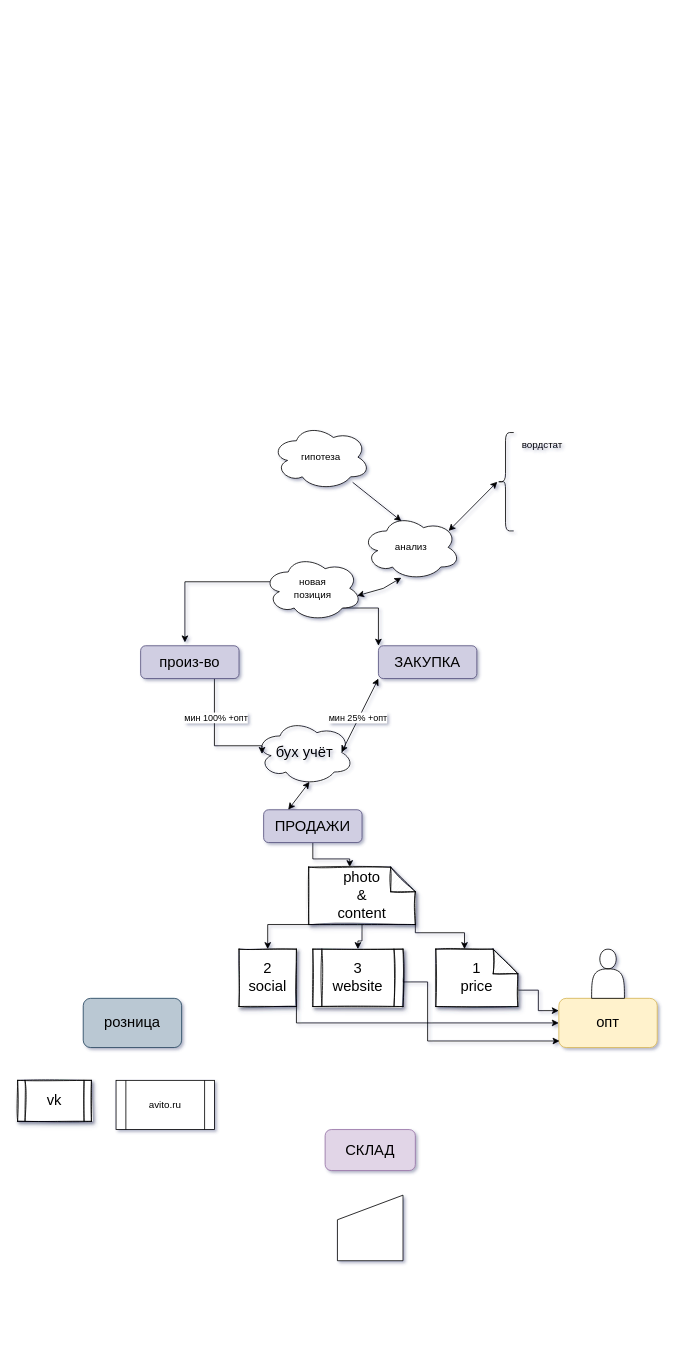
This is Untitled Diagram.drawio from m11nic89co/ecom.net.ru, a draw.io file, before an edit. Source tidied: cells renumbered, new cells numbered last; positions are measured from the earlier drawing's top-left corner, leaving out a move shared by most shapes. Both pictures are drawn from the tidied source at 82%, with x=0, y=0 at pixel (17, 424).
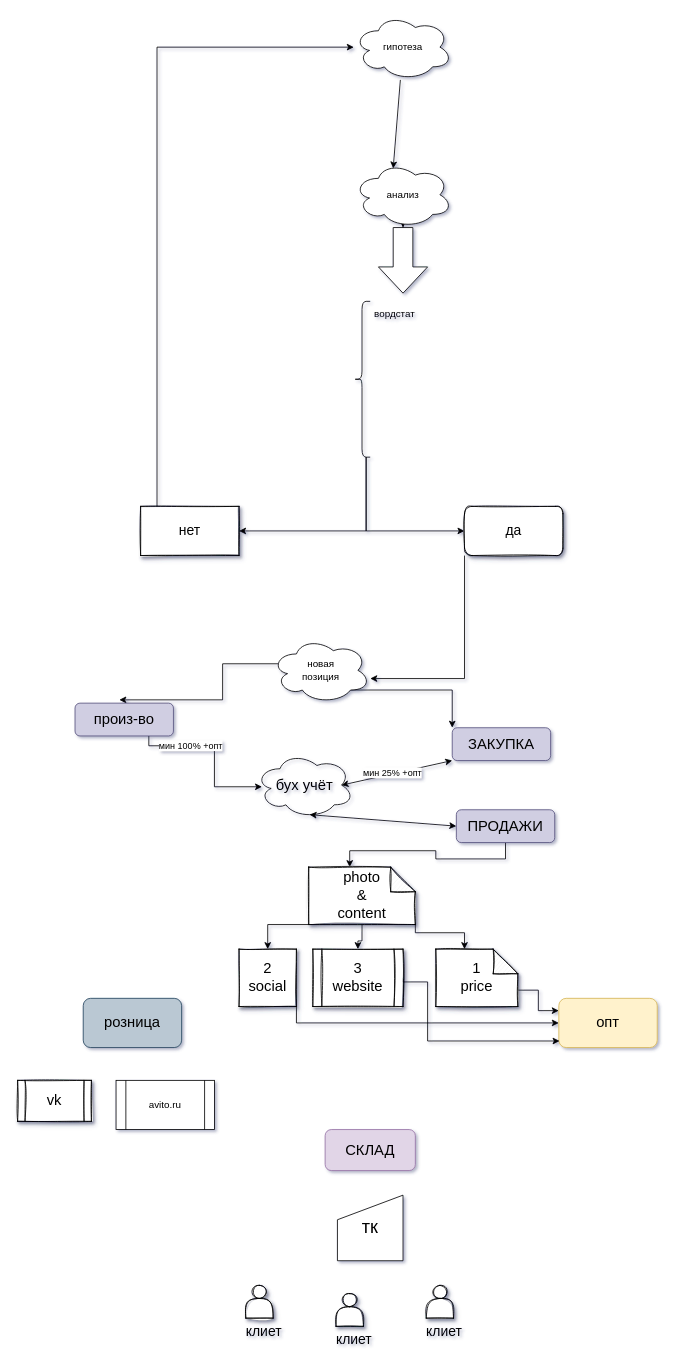
The same diagram, later.

Change to the diagram source:
```diff
@@
     <mxCell id="4" value="бух учёт" style="ellipse;shape=cloud;whiteSpace=wrap;html=1;shadow=0;fontSize=18;fillColor=none;" parent="1" vertex="1">
-      <mxGeometry x="290" y="360" width="120" height="80" as="geometry" />
+      <mxGeometry x="290" y="400" width="120" height="80" as="geometry" />
     </mxCell>
@@
     <mxCell id="7" value="ПРОДАЖИ" style="rounded=1;whiteSpace=wrap;html=1;shadow=0;fontSize=18;fillColor=#d0cee2;strokeColor=#56517e;" parent="1" vertex="1">
-      <mxGeometry x="300" y="470" width="120" height="40" as="geometry" />
+      <mxGeometry x="535" y="470" width="120" height="40" as="geometry" />
     </mxCell>
@@
     <mxCell id="11" value="ЗАКУПКА" style="rounded=1;whiteSpace=wrap;html=1;shadow=0;fontSize=18;fillColor=#d0cee2;strokeColor=#56517e;" parent="1" vertex="1">
-      <mxGeometry x="440" y="270" width="120" height="40" as="geometry" />
+      <mxGeometry x="530" y="370" width="120" height="40" as="geometry" />
     </mxCell>
@@
-    <mxCell id="21" style="endArrow=classic;startArrow=classic;html=1;rounded=0;entryX=0.55;entryY=0.95;entryDx=0;entryDy=0;entryPerimeter=0;exitX=0.25;exitY=0;exitDx=0;exitDy=0;" parent="1" edge="1" source="7" target="4">
+    <mxCell id="21" style="endArrow=classic;startArrow=classic;html=1;rounded=0;entryX=0.55;entryY=0.95;entryDx=0;entryDy=0;entryPerimeter=0;exitX=0;exitY=0.5;exitDx=0;exitDy=0;" parent="1" edge="1" source="7" target="4">
       <mxGeometry relative="1" as="geometry" />
     </mxCell>
@@
     <mxCell id="26" value="новая&lt;br&gt;позиция" style="ellipse;shape=cloud;whiteSpace=wrap;html=1;" parent="1" vertex="1">
-      <mxGeometry x="300" y="160" width="120" height="80" as="geometry" />
+      <mxGeometry x="310" y="260" width="120" height="80" as="geometry" />
     </mxCell>
+    <mxCell id="39" style="edgeStyle=orthogonalEdgeStyle;rounded=0;jettySize=auto;html=1;fontSize=17;" parent="1" edge="1" source="27" target="55">
+      <mxGeometry relative="1" as="geometry" />
+    </mxCell>
     <mxCell id="27" value="анализ" style="ellipse;shape=cloud;whiteSpace=wrap;html=1;" parent="1" vertex="1">
-      <mxGeometry x="420" y="110" width="120" height="80" as="geometry" />
+      <mxGeometry x="410" y="-320" width="120" height="80" as="geometry" />
     </mxCell>
-    <mxCell id="28" style="endArrow=classic;startArrow=classic;html=1;rounded=0;entryX=0.4;entryY=0.963;entryDx=0;entryDy=0;entryPerimeter=0;exitX=0.95;exitY=0.613;exitDx=0;exitDy=0;exitPerimeter=0;" parent="1" edge="1" source="26" target="27">
-      <mxGeometry relative="1" as="geometry">
-        <Array as="points">
-          <mxPoint x="446" y="200" />
-        </Array>
-      </mxGeometry>
-    </mxCell>
@@
     <mxCell id="31" value="произ-во" style="rounded=1;whiteSpace=wrap;html=1;shadow=0;fontSize=18;fillColor=#d0cee2;strokeColor=#56517e;" parent="1" vertex="1">
-      <mxGeometry x="150" y="270" width="120" height="40" as="geometry" />
+      <mxGeometry x="70" y="340" width="120" height="40" as="geometry" />
     </mxCell>
-    <mxCell id="32" style="endArrow=classic;startArrow=classic;html=1;rounded=0;exitX=0.88;exitY=0.25;exitDx=0;exitDy=0;exitPerimeter=0;" parent="1" edge="1" source="27">
-      <mxGeometry relative="1" as="geometry">
-        <mxPoint x="585" y="70" as="targetPoint" />
-      </mxGeometry>
-    </mxCell>
+    <mxCell id="40" style="edgeStyle=orthogonalEdgeStyle;rounded=0;jettySize=auto;html=1;exitX=0.75;exitY=1;exitDx=0;exitDy=0;entryX=1;entryY=0.5;entryDx=0;entryDy=0;fontSize=17;" parent="1" edge="1" source="33" target="52">
+      <mxGeometry relative="1" as="geometry" />
+    </mxCell>
+    <mxCell id="41" style="edgeStyle=orthogonalEdgeStyle;rounded=0;jettySize=auto;html=1;entryX=0;entryY=0.5;entryDx=0;entryDy=0;fontSize=17;exitX=0.75;exitY=1;exitDx=0;exitDy=0;" parent="1" edge="1" source="33" target="54">
+      <mxGeometry relative="1" as="geometry" />
+    </mxCell>
     <mxCell id="33" style="shape=curlyBracket;whiteSpace=wrap;html=1;rounded=1;" parent="1" vertex="1">
-      <mxGeometry x="585" y="10" width="20" height="120" as="geometry" />
+      <mxGeometry x="410" y="-150" width="20" height="190" as="geometry" />
     </mxCell>
     <mxCell id="34" value="вордстат" style="text;html=1;strokeColor=none;fillColor=none;align=center;verticalAlign=middle;whiteSpace=wrap;rounded=0;" parent="1" vertex="1">
-      <mxGeometry x="610" y="10" width="60" height="30" as="geometry" />
+      <mxGeometry x="430" y="-150" width="60" height="30" as="geometry" />
     </mxCell>
     <mxCell id="35" value="гипотеза" style="ellipse;shape=cloud;whiteSpace=wrap;html=1;" parent="1" vertex="1">
-      <mxGeometry x="310" width="120" height="80" as="geometry" />
+      <mxGeometry x="410" y="-500" width="120" height="80" as="geometry" />
     </mxCell>
@@
-    <mxCell id="37" style="shape=manualInput;whiteSpace=wrap;html=1;fontSize=22;" parent="1" vertex="1">
+    <mxCell id="37" value="тк" style="shape=manualInput;whiteSpace=wrap;html=1;fontSize=22;" parent="1" vertex="1">
       <mxGeometry x="390" y="940" width="80" height="80" as="geometry" />
     </mxCell>
-    <mxCell id="38" style="shape=actor;whiteSpace=wrap;html=1;fontSize=22;gradientColor=none;" parent="1" vertex="1">
-      <mxGeometry x="700" y="640" width="40" height="60" as="geometry" />
-    </mxCell>
+    <mxCell id="42" style="group;" parent="1" vertex="1">
+      <mxGeometry x="270" y="1050" width="50" height="60" as="geometry" />
+    </mxCell>
+    <mxCell id="43" style="shape=actor;whiteSpace=wrap;html=1;shadow=1;sketch=1;fontSize=22;gradientColor=none;" parent="42" vertex="1">
+      <mxGeometry x="8.3" width="33.3" height="40" as="geometry" />
+    </mxCell>
+    <mxCell id="44" value="&lt;font style=&quot;font-size: 17px; line-height: 1;&quot;&gt;клиет&lt;/font&gt;" style="text;html=1;align=center;verticalAlign=middle;strokeColor=none;fillColor=none;fontSize=22;" parent="42" vertex="1">
+      <mxGeometry y="40" width="60" height="30" as="geometry" />
+    </mxCell>
+    <mxCell id="45" style="group;" parent="1" vertex="1">
+      <mxGeometry x="380" y="1060" width="50" height="60" as="geometry" />
+    </mxCell>
+    <mxCell id="46" style="shape=actor;whiteSpace=wrap;html=1;shadow=1;sketch=1;fontSize=22;gradientColor=none;" parent="45" vertex="1">
+      <mxGeometry x="8.3" width="33.3" height="40" as="geometry" />
+    </mxCell>
+    <mxCell id="47" value="&lt;font style=&quot;font-size: 17px; line-height: 1;&quot;&gt;клиет&lt;/font&gt;" style="text;html=1;align=center;verticalAlign=middle;strokeColor=none;fillColor=none;fontSize=22;" parent="45" vertex="1">
+      <mxGeometry y="40" width="60" height="30" as="geometry" />
+    </mxCell>
+    <mxCell id="48" style="group;" parent="1" vertex="1">
+      <mxGeometry x="490" y="1050" width="50" height="60" as="geometry" />
+    </mxCell>
+    <mxCell id="49" style="shape=actor;whiteSpace=wrap;html=1;shadow=1;sketch=1;fontSize=22;gradientColor=none;" parent="48" vertex="1">
+      <mxGeometry x="8.3" width="33.3" height="40" as="geometry" />
+    </mxCell>
+    <mxCell id="50" value="&lt;font style=&quot;font-size: 17px; line-height: 1;&quot;&gt;клиет&lt;/font&gt;" style="text;html=1;align=center;verticalAlign=middle;strokeColor=none;fillColor=none;fontSize=22;" parent="48" vertex="1">
+      <mxGeometry y="40" width="60" height="30" as="geometry" />
+    </mxCell>
+    <mxCell id="51" style="edgeStyle=orthogonalEdgeStyle;rounded=0;jettySize=auto;html=1;fontSize=17;" parent="1" edge="1" source="52" target="35">
+      <mxGeometry relative="1" as="geometry">
+        <Array as="points">
+          <mxPoint x="170" y="-460" />
+        </Array>
+      </mxGeometry>
+    </mxCell>
+    <mxCell id="52" value="нет" style="rounded=0;whiteSpace=wrap;html=1;shadow=1;sketch=1;fontSize=17;gradientColor=none;" parent="1" vertex="1">
+      <mxGeometry x="150" y="100" width="120" height="60" as="geometry" />
+    </mxCell>
+    <mxCell id="53" style="edgeStyle=orthogonalEdgeStyle;rounded=0;jettySize=auto;html=1;exitX=0;exitY=1;exitDx=0;exitDy=0;entryX=1;entryY=0.625;entryDx=0;entryDy=0;entryPerimeter=0;fontSize=17;" parent="1" edge="1" source="54" target="26">
+      <mxGeometry relative="1" as="geometry" />
+    </mxCell>
+    <mxCell id="54" value="да" style="rounded=1;whiteSpace=wrap;html=1;shadow=1;sketch=1;fontSize=17;gradientColor=none;" parent="1" vertex="1">
+      <mxGeometry x="545" y="100" width="120" height="60" as="geometry" />
+    </mxCell>
+    <mxCell id="55" style="shape=singleArrow;whiteSpace=wrap;html=1;arrowWidth=0.4;arrowSize=0.4;rotation=90;" parent="1" vertex="1">
+      <mxGeometry x="430" y="-230" width="80" height="60" as="geometry" />
+    </mxCell>
```
